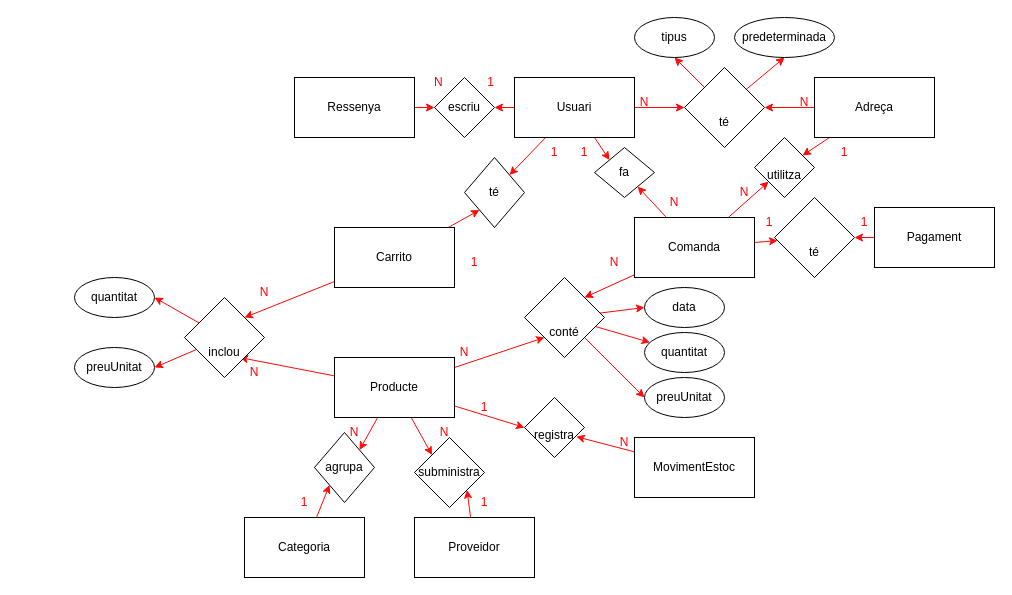
crryzz9/backend_kakapos keeps this draw.io diagram as docs/diagrams/diagrama.drawio. Above is the earlier version. Source tidied: cells renumbered, new cells numbered last; positions are measured from the earlier drawing's top-left corner, leaving out a move shared by most shapes. Both pictures are drawn from the tidied source at 100%, with x=0, y=0 at pixel (74, 17).
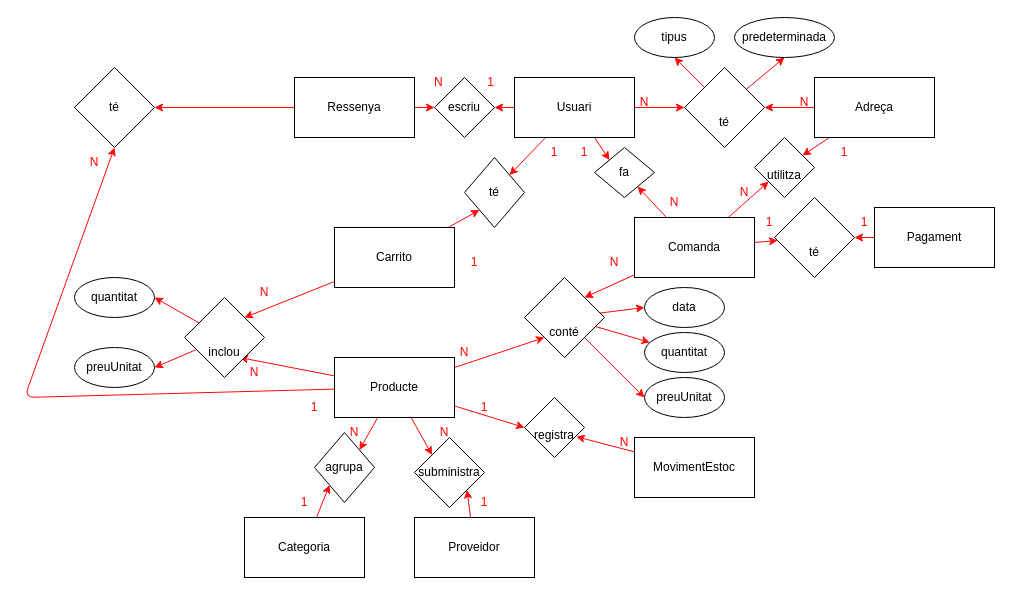
After the change.

Commit message (it also covers changes not shown here):
diagrams: faltaba la relación de Producte con Ressenya

Unchanged cells that the change refers to:
```xml
<mxCell id="18" value="Ressenya" style="whiteSpace=wrap;html=1;" parent="1" vertex="1">
  <mxGeometry x="220" y="60" width="120" height="60" as="geometry" />
</mxCell>
<mxCell id="27" value="Producte" style="whiteSpace=wrap;html=1;" parent="1" vertex="1">
  <mxGeometry x="260" y="340" width="120" height="60" as="geometry" />
</mxCell>
```

The edit, as a diff of the source:
```diff
@@
+    <mxCell id="80" style="edgeStyle=none;html=1;entryX=1;entryY=0.5;entryDx=0;entryDy=0;strokeColor=#FF0909;" parent="1" edge="1" source="18" target="82">
+      <mxGeometry relative="1" as="geometry" />
+    </mxCell>
@@
+    <mxCell id="81" style="edgeStyle=none;html=1;entryX=0.5;entryY=1;entryDx=0;entryDy=0;strokeColor=#FF0909;" parent="1" edge="1" source="27" target="82">
+      <mxGeometry relative="1" as="geometry">
+        <Array as="points">
+          <mxPoint x="-50" y="380" />
+        </Array>
+      </mxGeometry>
+    </mxCell>
@@
+    <mxCell id="82" value="té" style="rhombus;whiteSpace=wrap;html=1;shapeInside=1;" parent="1" vertex="1">
+      <mxGeometry y="50" width="80" height="80" as="geometry" />
+    </mxCell>
+    <mxCell id="83" value="1" style="text;html=1;whiteSpace=wrap;strokeColor=none;fillColor=none;align=center;verticalAlign=middle;rounded=0;fontColor=#FF0000;" parent="1" vertex="1">
+      <mxGeometry x="210" y="375" width="60" height="30" as="geometry" />
+    </mxCell>
+    <mxCell id="84" value="N" style="text;html=1;whiteSpace=wrap;strokeColor=none;fillColor=none;align=center;verticalAlign=middle;rounded=0;fontColor=#FF0000;" parent="1" vertex="1">
+      <mxGeometry x="-10" y="130" width="60" height="30" as="geometry" />
+    </mxCell>
```
